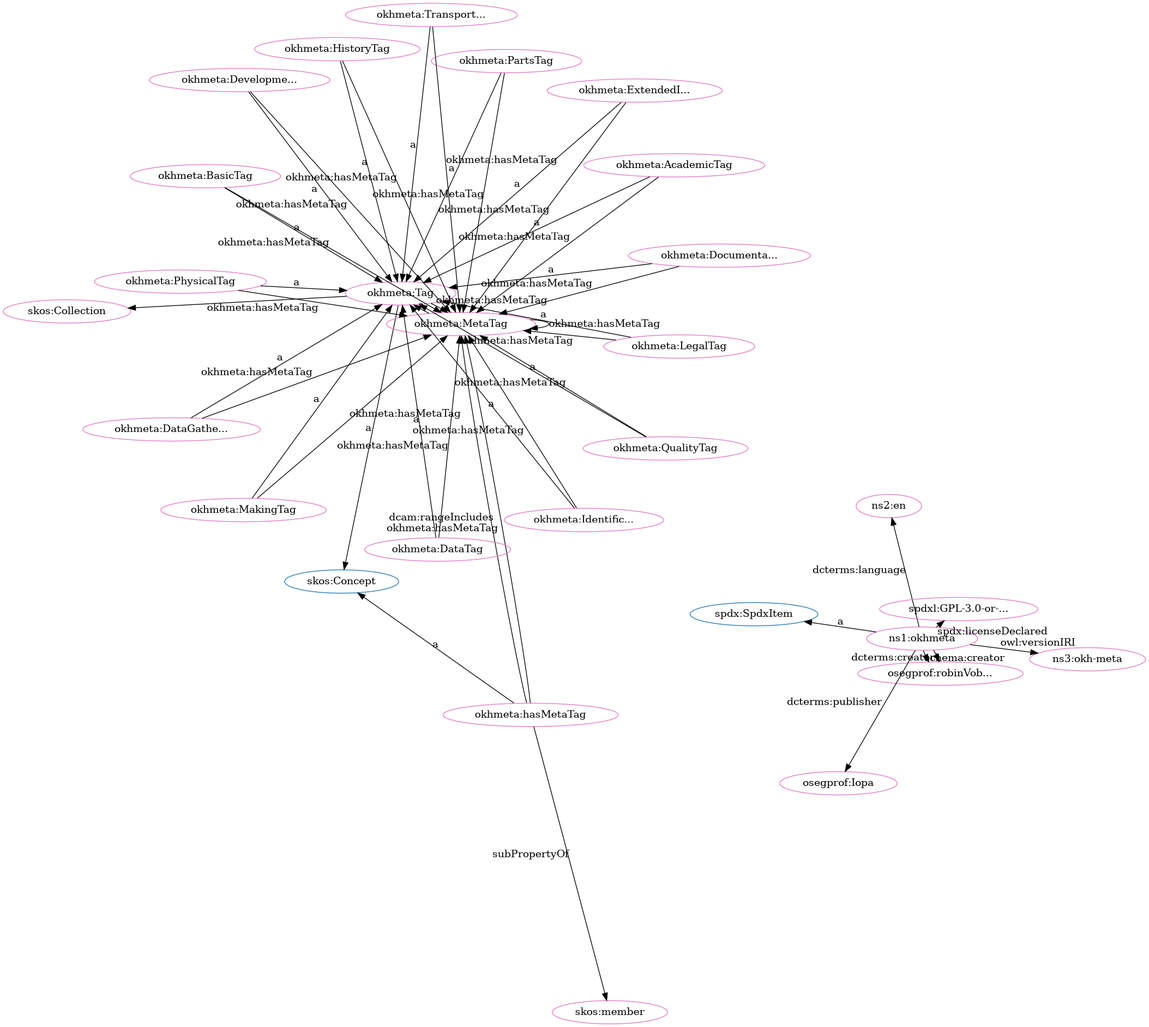
Before: src/spec/fdp_okh-meta-clean.png, a diagram exported from Graphviz (iop-alliance/OpenKnowHow). Its source is kept beside it as src/spec/fdp_okh-meta-clean.dot.
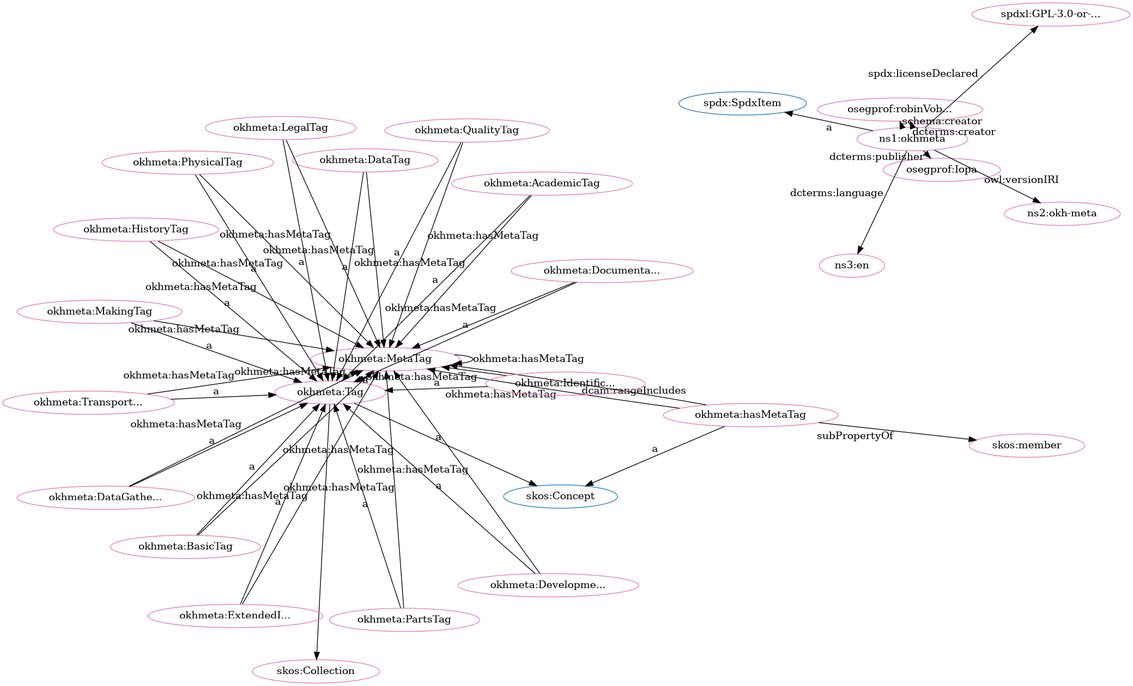
The same diagram one commit later.

What changed in the source:
```diff
@@ -1,80 +1,80 @@
 digraph G {
   rankdir=BT
   node[height=.3]
-"http://w3id.org/oseg/ont/okhmeta#Tag" [fillcolor="#1f77b4" color="#1f77b4" label="okhmeta:Tag"]
 "http://www.w3.org/2004/02/skos/core#Collection" [fillcolor="#1f77b4" color="#1f77b4" label="skos:Collection"]
 "http://www.w3.org/2004/02/skos/core#Concept" [fillcolor="#1f77b4" color="#1f77b4" label="skos:Concept"]
+"http://w3id.org/oseg/ont/okhmeta#Tag" [fillcolor="#1f77b4" color="#1f77b4" label="okhmeta:Tag"]
 "http://spdx.org/rdf/terms#SpdxItem" [fillcolor="#1f77b4" color="#1f77b4" label="spdx:SpdxItem"]
-"http://www.w3.org/2004/02/skos/core#Collection" [fillcolor="#e377c2" color="#e377c2" label="skos:Collection"]
-"http://w3id.org/oseg/ont/okhmeta#Tag" [fillcolor="#e377c2" color="#e377c2" label="okhmeta:Tag"]
-"http://w3id.org/oseg/ont/oseg-profiles#robinVobruba" [fillcolor="#e377c2" color="#e377c2" label="osegprof:robinVob..."]
 "http://w3id.org/oseg/ont/okhmeta#MetaTag" [fillcolor="#e377c2" color="#e377c2" label="okhmeta:MetaTag"]
-"http://w3id.org/oseg/ont/okhmeta#BasicTag" [fillcolor="#e377c2" color="#e377c2" label="okhmeta:BasicTag"]
-"http://w3id.org/oseg/ont/okhmeta#MakingTag" [fillcolor="#e377c2" color="#e377c2" label="okhmeta:MakingTag"]
-"http://w3id.org/oseg/ont/okhmeta#PhysicalTag" [fillcolor="#e377c2" color="#e377c2" label="okhmeta:PhysicalTag"]
-"http://w3id.org/oseg/ont/okhmeta#IdentificationTag" [fillcolor="#e377c2" color="#e377c2" label="okhmeta:Identific..."]
-"http://w3id.org/oseg/ont/okhmeta" [fillcolor="#e377c2" color="#e377c2" label="ns1:okhmeta"]
-"http://w3id.org/oseg/ont/okhmeta#hasMetaTag" [fillcolor="#e377c2" color="#e377c2" label="okhmeta:hasMetaTag"]
-"http://www.w3.org/2004/02/skos/core#member" [fillcolor="#e377c2" color="#e377c2" label="skos:member"]
-"http://w3id.org/oseg/ont/okhmeta#DataGatheringTag" [fillcolor="#e377c2" color="#e377c2" label="okhmeta:DataGathe..."]
-"http://w3id.org/oseg/ont/okhmeta#HistoryTag" [fillcolor="#e377c2" color="#e377c2" label="okhmeta:HistoryTag"]
 "http://w3id.org/oseg/ont/okhmeta#DataTag" [fillcolor="#e377c2" color="#e377c2" label="okhmeta:DataTag"]
-"http://w3id.org/oseg/ont/okhmeta#PartsTag" [fillcolor="#e377c2" color="#e377c2" label="okhmeta:PartsTag"]
 "http://w3id.org/oseg/ont/okhmeta#DocumentationTag" [fillcolor="#e377c2" color="#e377c2" label="okhmeta:Documenta..."]
-"http://id.loc.gov/vocabulary/iso639-1/en" [fillcolor="#e377c2" color="#e377c2" label="ns2:en"]
-"http://w3id.org/oseg/ont/1.1.0/okh-meta" [fillcolor="#e377c2" color="#e377c2" label="ns3:okh-meta"]
-"http://w3id.org/oseg/ont/okhmeta#AcademicTag" [fillcolor="#e377c2" color="#e377c2" label="okhmeta:AcademicTag"]
-"http://spdx.org/licenses/GPL-3.0-or-later" [fillcolor="#e377c2" color="#e377c2" label="spdxl:GPL-3.0-or-..."]
-"http://w3id.org/oseg/ont/okhmeta#QualityTag" [fillcolor="#e377c2" color="#e377c2" label="okhmeta:QualityTag"]
-"http://w3id.org/oseg/ont/okhmeta#ExtendedInfoTag" [fillcolor="#e377c2" color="#e377c2" label="okhmeta:ExtendedI..."]
-"http://w3id.org/oseg/ont/okhmeta#LegalTag" [fillcolor="#e377c2" color="#e377c2" label="okhmeta:LegalTag"]
 "http://w3id.org/oseg/ont/okhmeta#DevelopmentTag" [fillcolor="#e377c2" color="#e377c2" label="okhmeta:Developme..."]
 "http://w3id.org/oseg/ont/oseg-profiles#Iopa" [fillcolor="#e377c2" color="#e377c2" label="osegprof:Iopa"]
+"http://www.w3.org/2004/02/skos/core#member" [fillcolor="#e377c2" color="#e377c2" label="skos:member"]
+"http://w3id.org/oseg/ont/okhmeta#Tag" [fillcolor="#e377c2" color="#e377c2" label="okhmeta:Tag"]
+"http://w3id.org/oseg/ont/okhmeta#hasMetaTag" [fillcolor="#e377c2" color="#e377c2" label="okhmeta:hasMetaTag"]
+"http://w3id.org/oseg/ont/okhmeta" [fillcolor="#e377c2" color="#e377c2" label="ns1:okhmeta"]
+"http://w3id.org/oseg/ont/oseg-profiles#robinVobruba" [fillcolor="#e377c2" color="#e377c2" label="osegprof:robinVob..."]
+"http://w3id.org/oseg/ont/okhmeta#DataGatheringTag" [fillcolor="#e377c2" color="#e377c2" label="okhmeta:DataGathe..."]
+"http://w3id.org/oseg/ont/okhmeta#BasicTag" [fillcolor="#e377c2" color="#e377c2" label="okhmeta:BasicTag"]
+"http://w3id.org/oseg/ont/okhmeta#LegalTag" [fillcolor="#e377c2" color="#e377c2" label="okhmeta:LegalTag"]
+"http://w3id.org/oseg/ont/okhmeta#PartsTag" [fillcolor="#e377c2" color="#e377c2" label="okhmeta:PartsTag"]
+"http://w3id.org/oseg/ont/okhmeta#HistoryTag" [fillcolor="#e377c2" color="#e377c2" label="okhmeta:HistoryTag"]
+"http://w3id.org/oseg/ont/okhmeta#MakingTag" [fillcolor="#e377c2" color="#e377c2" label="okhmeta:MakingTag"]
+"http://w3id.org/oseg/ont/okhmeta#IdentificationTag" [fillcolor="#e377c2" color="#e377c2" label="okhmeta:Identific..."]
+"http://w3id.org/oseg/ont/okhmeta#QualityTag" [fillcolor="#e377c2" color="#e377c2" label="okhmeta:QualityTag"]
+"http://w3id.org/oseg/ont/1.1.0/okh-meta" [fillcolor="#e377c2" color="#e377c2" label="ns2:okh-meta"]
 "http://w3id.org/oseg/ont/okhmeta#TransportationTag" [fillcolor="#e377c2" color="#e377c2" label="okhmeta:Transport..."]
+"http://spdx.org/licenses/GPL-3.0-or-later" [fillcolor="#e377c2" color="#e377c2" label="spdxl:GPL-3.0-or-..."]
+"http://w3id.org/oseg/ont/okhmeta#ExtendedInfoTag" [fillcolor="#e377c2" color="#e377c2" label="okhmeta:ExtendedI..."]
+"http://w3id.org/oseg/ont/okhmeta#PhysicalTag" [fillcolor="#e377c2" color="#e377c2" label="okhmeta:PhysicalTag"]
+"http://id.loc.gov/vocabulary/iso639-1/en" [fillcolor="#e377c2" color="#e377c2" label="ns3:en"]
+"http://www.w3.org/2004/02/skos/core#Collection" [fillcolor="#e377c2" color="#e377c2" label="skos:Collection"]
+"http://w3id.org/oseg/ont/okhmeta#AcademicTag" [fillcolor="#e377c2" color="#e377c2" label="okhmeta:AcademicTag"]
+  "http://w3id.org/oseg/ont/okhmeta#hasMetaTag" -> "http://w3id.org/oseg/ont/okhmeta#MetaTag" [label="okhmeta:hasMetaTag"]
+  "http://w3id.org/oseg/ont/okhmeta#DataTag" -> "http://w3id.org/oseg/ont/okhmeta#Tag" [label="a"]
+  "http://w3id.org/oseg/ont/okhmeta#MakingTag" -> "http://w3id.org/oseg/ont/okhmeta#MetaTag" [label="okhmeta:hasMetaTag"]
+  "http://w3id.org/oseg/ont/okhmeta#DocumentationTag" -> "http://w3id.org/oseg/ont/okhmeta#MetaTag" [label="okhmeta:hasMetaTag"]
+  "http://w3id.org/oseg/ont/okhmeta#DevelopmentTag" -> "http://w3id.org/oseg/ont/okhmeta#Tag" [label="a"]
+  "http://w3id.org/oseg/ont/okhmeta" -> "http://w3id.org/oseg/ont/oseg-profiles#Iopa" [label="dcterms:publisher"]
+  "http://w3id.org/oseg/ont/okhmeta#hasMetaTag" -> "http://www.w3.org/2004/02/skos/core#member" [label="subPropertyOf"]
+  "http://w3id.org/oseg/ont/okhmeta#hasMetaTag" -> "http://w3id.org/oseg/ont/okhmeta#MetaTag" [label="dcam:rangeIncludes"]
+  "http://w3id.org/oseg/ont/okhmeta#IdentificationTag" -> "http://w3id.org/oseg/ont/okhmeta#MetaTag" [label="okhmeta:hasMetaTag"]
+  "http://w3id.org/oseg/ont/okhmeta" -> "http://spdx.org/rdf/terms#SpdxItem" [label="a"]
+  "http://w3id.org/oseg/ont/okhmeta#DevelopmentTag" -> "http://w3id.org/oseg/ont/okhmeta#MetaTag" [label="okhmeta:hasMetaTag"]
+  "http://w3id.org/oseg/ont/okhmeta#QualityTag" -> "http://w3id.org/oseg/ont/okhmeta#MetaTag" [label="okhmeta:hasMetaTag"]
+  "http://w3id.org/oseg/ont/okhmeta#LegalTag" -> "http://w3id.org/oseg/ont/okhmeta#MetaTag" [label="okhmeta:hasMetaTag"]
+  "http://w3id.org/oseg/ont/okhmeta" -> "http://w3id.org/oseg/ont/oseg-profiles#robinVobruba" [label="schema:creator"]
+  "http://w3id.org/oseg/ont/okhmeta#HistoryTag" -> "http://w3id.org/oseg/ont/okhmeta#Tag" [label="a"]
+  "http://w3id.org/oseg/ont/okhmeta#IdentificationTag" -> "http://w3id.org/oseg/ont/okhmeta#Tag" [label="a"]
+  "http://w3id.org/oseg/ont/okhmeta#AcademicTag" -> "http://w3id.org/oseg/ont/okhmeta#MetaTag" [label="okhmeta:hasMetaTag"]
+  "http://w3id.org/oseg/ont/okhmeta#DataTag" -> "http://w3id.org/oseg/ont/okhmeta#MetaTag" [label="okhmeta:hasMetaTag"]
+  "http://w3id.org/oseg/ont/okhmeta" -> "http://spdx.org/licenses/GPL-3.0-or-later" [label="spdx:licenseDeclared"]
+  "http://w3id.org/oseg/ont/okhmeta#ExtendedInfoTag" -> "http://w3id.org/oseg/ont/okhmeta#MetaTag" [label="okhmeta:hasMetaTag"]
+  "http://w3id.org/oseg/ont/okhmeta#DataGatheringTag" -> "http://w3id.org/oseg/ont/okhmeta#MetaTag" [label="okhmeta:hasMetaTag"]
+  "http://w3id.org/oseg/ont/okhmeta" -> "http://id.loc.gov/vocabulary/iso639-1/en" [label="dcterms:language"]
+  "http://w3id.org/oseg/ont/okhmeta#BasicTag" -> "http://w3id.org/oseg/ont/okhmeta#MetaTag" [label="okhmeta:hasMetaTag"]
+  "http://w3id.org/oseg/ont/okhmeta#AcademicTag" -> "http://w3id.org/oseg/ont/okhmeta#Tag" [label="a"]
+  "http://w3id.org/oseg/ont/okhmeta#PartsTag" -> "http://w3id.org/oseg/ont/okhmeta#MetaTag" [label="okhmeta:hasMetaTag"]
+  "http://w3id.org/oseg/ont/okhmeta#DocumentationTag" -> "http://w3id.org/oseg/ont/okhmeta#Tag" [label="a"]
+  "http://w3id.org/oseg/ont/okhmeta#Tag" -> "http://www.w3.org/2004/02/skos/core#Concept" [label="a"]
+  "http://w3id.org/oseg/ont/okhmeta#hasMetaTag" -> "http://www.w3.org/2004/02/skos/core#Concept" [label="a"]
+  "http://w3id.org/oseg/ont/okhmeta" -> "http://w3id.org/oseg/ont/oseg-profiles#robinVobruba" [label="dcterms:creator"]
+  "http://w3id.org/oseg/ont/okhmeta#TransportationTag" -> "http://w3id.org/oseg/ont/okhmeta#MetaTag" [label="okhmeta:hasMetaTag"]
+  "http://w3id.org/oseg/ont/okhmeta#DataGatheringTag" -> "http://w3id.org/oseg/ont/okhmeta#Tag" [label="a"]
+  "http://w3id.org/oseg/ont/okhmeta#PhysicalTag" -> "http://w3id.org/oseg/ont/okhmeta#MetaTag" [label="okhmeta:hasMetaTag"]
+  "http://w3id.org/oseg/ont/okhmeta#BasicTag" -> "http://w3id.org/oseg/ont/okhmeta#Tag" [label="a"]
+  "http://w3id.org/oseg/ont/okhmeta#LegalTag" -> "http://w3id.org/oseg/ont/okhmeta#Tag" [label="a"]
+  "http://w3id.org/oseg/ont/okhmeta#PartsTag" -> "http://w3id.org/oseg/ont/okhmeta#Tag" [label="a"]
+  "http://w3id.org/oseg/ont/okhmeta#Tag" -> "http://w3id.org/oseg/ont/okhmeta#MetaTag" [label="okhmeta:hasMetaTag"]
+  "http://w3id.org/oseg/ont/okhmeta#MakingTag" -> "http://w3id.org/oseg/ont/okhmeta#Tag" [label="a"]
+  "http://w3id.org/oseg/ont/okhmeta#MetaTag" -> "http://w3id.org/oseg/ont/okhmeta#MetaTag" [label="okhmeta:hasMetaTag"]
+  "http://w3id.org/oseg/ont/okhmeta#QualityTag" -> "http://w3id.org/oseg/ont/okhmeta#Tag" [label="a"]
+  "http://w3id.org/oseg/ont/okhmeta" -> "http://w3id.org/oseg/ont/1.1.0/okh-meta" [label="owl:versionIRI"]
+  "http://w3id.org/oseg/ont/okhmeta#TransportationTag" -> "http://w3id.org/oseg/ont/okhmeta#Tag" [label="a"]
+  "http://w3id.org/oseg/ont/okhmeta#ExtendedInfoTag" -> "http://w3id.org/oseg/ont/okhmeta#Tag" [label="a"]
+  "http://w3id.org/oseg/ont/okhmeta#PhysicalTag" -> "http://w3id.org/oseg/ont/okhmeta#Tag" [label="a"]
+  "http://w3id.org/oseg/ont/okhmeta#MetaTag" -> "http://w3id.org/oseg/ont/okhmeta#Tag" [label="a"]
+  "http://w3id.org/oseg/ont/okhmeta#HistoryTag" -> "http://w3id.org/oseg/ont/okhmeta#MetaTag" [label="okhmeta:hasMetaTag"]
   "http://w3id.org/oseg/ont/okhmeta#Tag" -> "http://www.w3.org/2004/02/skos/core#Collection" [label=""]
-  "http://w3id.org/oseg/ont/okhmeta#Tag" -> "http://www.w3.org/2004/02/skos/core#Concept" [label="a"]
-  "http://w3id.org/oseg/ont/okhmeta#MakingTag" -> "http://w3id.org/oseg/ont/okhmeta#MetaTag" [label="okhmeta:hasMetaTag"]
-  "http://w3id.org/oseg/ont/okhmeta#BasicTag" -> "http://w3id.org/oseg/ont/okhmeta#Tag" [label="a"]
-  "http://w3id.org/oseg/ont/okhmeta#AcademicTag" -> "http://w3id.org/oseg/ont/okhmeta#MetaTag" [label="okhmeta:hasMetaTag"]
-  "http://w3id.org/oseg/ont/okhmeta#PhysicalTag" -> "http://w3id.org/oseg/ont/okhmeta#Tag" [label="a"]
-  "http://w3id.org/oseg/ont/okhmeta#IdentificationTag" -> "http://w3id.org/oseg/ont/okhmeta#Tag" [label="a"]
-  "http://w3id.org/oseg/ont/okhmeta#MetaTag" -> "http://w3id.org/oseg/ont/okhmeta#MetaTag" [label="okhmeta:hasMetaTag"]
-  "http://w3id.org/oseg/ont/okhmeta#LegalTag" -> "http://w3id.org/oseg/ont/okhmeta#MetaTag" [label="okhmeta:hasMetaTag"]
-  "http://w3id.org/oseg/ont/okhmeta#hasMetaTag" -> "http://www.w3.org/2004/02/skos/core#member" [label="subPropertyOf"]
-  "http://w3id.org/oseg/ont/okhmeta#DataTag" -> "http://w3id.org/oseg/ont/okhmeta#MetaTag" [label="okhmeta:hasMetaTag"]
-  "http://w3id.org/oseg/ont/okhmeta#HistoryTag" -> "http://w3id.org/oseg/ont/okhmeta#Tag" [label="a"]
-  "http://w3id.org/oseg/ont/okhmeta#DataTag" -> "http://w3id.org/oseg/ont/okhmeta#Tag" [label="a"]
-  "http://w3id.org/oseg/ont/okhmeta#hasMetaTag" -> "http://w3id.org/oseg/ont/okhmeta#MetaTag" [label="dcam:rangeIncludes"]
-  "http://w3id.org/oseg/ont/okhmeta#DocumentationTag" -> "http://w3id.org/oseg/ont/okhmeta#MetaTag" [label="okhmeta:hasMetaTag"]
-  "http://w3id.org/oseg/ont/okhmeta#BasicTag" -> "http://w3id.org/oseg/ont/okhmeta#MetaTag" [label="okhmeta:hasMetaTag"]
-  "http://w3id.org/oseg/ont/okhmeta" -> "http://id.loc.gov/vocabulary/iso639-1/en" [label="dcterms:language"]
-  "http://w3id.org/oseg/ont/okhmeta#PhysicalTag" -> "http://w3id.org/oseg/ont/okhmeta#MetaTag" [label="okhmeta:hasMetaTag"]
-  "http://w3id.org/oseg/ont/okhmeta" -> "http://spdx.org/licenses/GPL-3.0-or-later" [label="spdx:licenseDeclared"]
-  "http://w3id.org/oseg/ont/okhmeta#QualityTag" -> "http://w3id.org/oseg/ont/okhmeta#MetaTag" [label="okhmeta:hasMetaTag"]
-  "http://w3id.org/oseg/ont/okhmeta#hasMetaTag" -> "http://www.w3.org/2004/02/skos/core#Concept" [label="a"]
-  "http://w3id.org/oseg/ont/okhmeta#ExtendedInfoTag" -> "http://w3id.org/oseg/ont/okhmeta#Tag" [label="a"]
-  "http://w3id.org/oseg/ont/okhmeta" -> "http://spdx.org/rdf/terms#SpdxItem" [label="a"]
-  "http://w3id.org/oseg/ont/okhmeta#LegalTag" -> "http://w3id.org/oseg/ont/okhmeta#Tag" [label="a"]
-  "http://w3id.org/oseg/ont/okhmeta#DevelopmentTag" -> "http://w3id.org/oseg/ont/okhmeta#Tag" [label="a"]
-  "http://w3id.org/oseg/ont/okhmeta#TransportationTag" -> "http://w3id.org/oseg/ont/okhmeta#MetaTag" [label="okhmeta:hasMetaTag"]
-  "http://w3id.org/oseg/ont/okhmeta" -> "http://w3id.org/oseg/ont/oseg-profiles#robinVobruba" [label="dcterms:creator"]
-  "http://w3id.org/oseg/ont/okhmeta#MakingTag" -> "http://w3id.org/oseg/ont/okhmeta#Tag" [label="a"]
-  "http://w3id.org/oseg/ont/okhmeta#Tag" -> "http://w3id.org/oseg/ont/okhmeta#MetaTag" [label="okhmeta:hasMetaTag"]
-  "http://w3id.org/oseg/ont/okhmeta#DataGatheringTag" -> "http://w3id.org/oseg/ont/okhmeta#MetaTag" [label="okhmeta:hasMetaTag"]
-  "http://w3id.org/oseg/ont/okhmeta" -> "http://w3id.org/oseg/ont/oseg-profiles#robinVobruba" [label="schema:creator"]
-  "http://w3id.org/oseg/ont/okhmeta#HistoryTag" -> "http://w3id.org/oseg/ont/okhmeta#MetaTag" [label="okhmeta:hasMetaTag"]
-  "http://w3id.org/oseg/ont/okhmeta#DataGatheringTag" -> "http://w3id.org/oseg/ont/okhmeta#Tag" [label="a"]
-  "http://w3id.org/oseg/ont/okhmeta#DevelopmentTag" -> "http://w3id.org/oseg/ont/okhmeta#MetaTag" [label="okhmeta:hasMetaTag"]
-  "http://w3id.org/oseg/ont/okhmeta#PartsTag" -> "http://w3id.org/oseg/ont/okhmeta#Tag" [label="a"]
-  "http://w3id.org/oseg/ont/okhmeta#DocumentationTag" -> "http://w3id.org/oseg/ont/okhmeta#Tag" [label="a"]
-  "http://w3id.org/oseg/ont/okhmeta" -> "http://w3id.org/oseg/ont/1.1.0/okh-meta" [label="owl:versionIRI"]
-  "http://w3id.org/oseg/ont/okhmeta#AcademicTag" -> "http://w3id.org/oseg/ont/okhmeta#Tag" [label="a"]
-  "http://w3id.org/oseg/ont/okhmeta#ExtendedInfoTag" -> "http://w3id.org/oseg/ont/okhmeta#MetaTag" [label="okhmeta:hasMetaTag"]
-  "http://w3id.org/oseg/ont/okhmeta#QualityTag" -> "http://w3id.org/oseg/ont/okhmeta#Tag" [label="a"]
-  "http://w3id.org/oseg/ont/okhmeta#MetaTag" -> "http://w3id.org/oseg/ont/okhmeta#Tag" [label="a"]
-  "http://w3id.org/oseg/ont/okhmeta#PartsTag" -> "http://w3id.org/oseg/ont/okhmeta#MetaTag" [label="okhmeta:hasMetaTag"]
-  "http://w3id.org/oseg/ont/okhmeta#hasMetaTag" -> "http://w3id.org/oseg/ont/okhmeta#MetaTag" [label="okhmeta:hasMetaTag"]
-  "http://w3id.org/oseg/ont/okhmeta" -> "http://w3id.org/oseg/ont/oseg-profiles#Iopa" [label="dcterms:publisher"]
-  "http://w3id.org/oseg/ont/okhmeta#IdentificationTag" -> "http://w3id.org/oseg/ont/okhmeta#MetaTag" [label="okhmeta:hasMetaTag"]
-  "http://w3id.org/oseg/ont/okhmeta#TransportationTag" -> "http://w3id.org/oseg/ont/okhmeta#Tag" [label="a"]
 }
```
